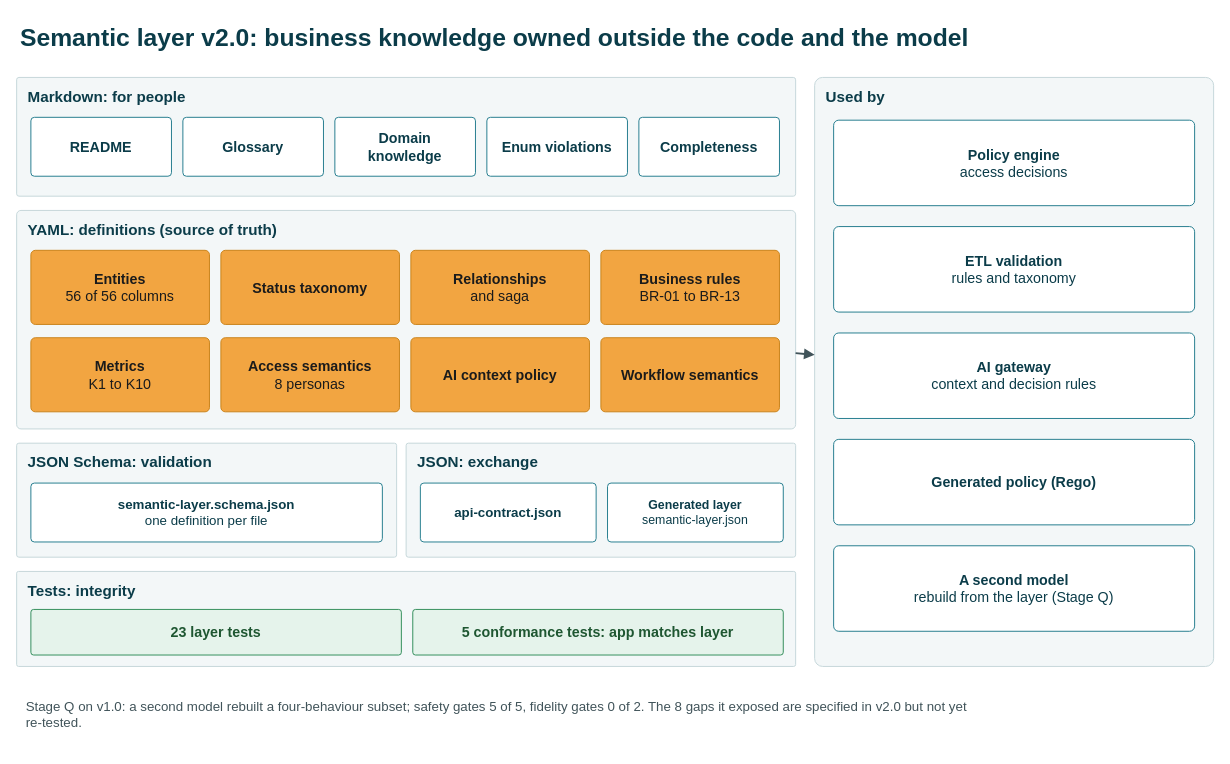
Earlier version of the draw.io diagram page "06-semantic-layer" (6 of 7) of deliverables/diagrams/all-diagrams.drawio (dinesh13n/Delta-Team-CaseStudy-Sprint-3). Source tidied: cells renumbered, new cells numbered last; positions are measured from the earlier drawing's top-left corner, leaving out a move shared by most shapes. Both pictures are drawn from the tidied source at 95%, with x=0, y=0 at pixel (16, 16).
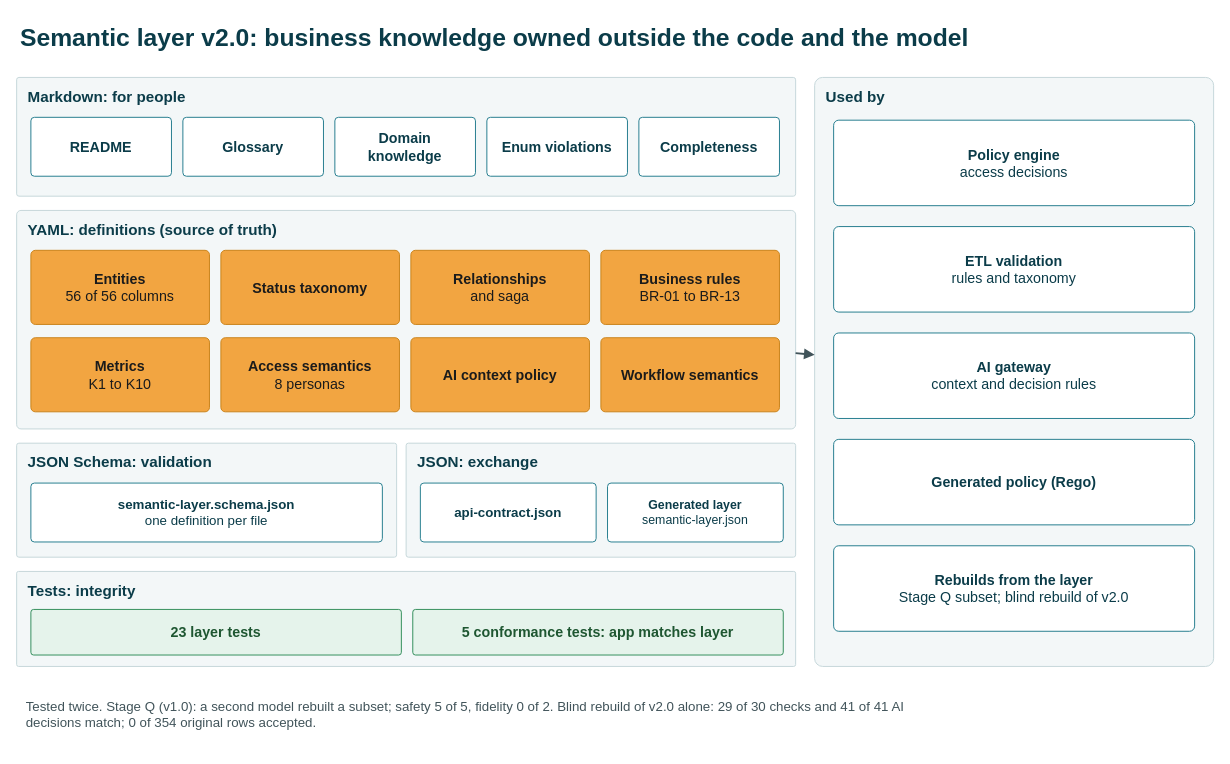
Above is the later version.

What changed in the source:
```diff
@@
-    <mxCell id="31" value="&lt;b&gt;A second model&lt;/b&gt;&lt;br&gt;rebuild from the layer (Stage Q)" style="rounded=1;arcSize=6;whiteSpace=wrap;html=1;fillColor=#FFFFFF;strokeColor=#1F7A8C;fontColor=#0B3C49;fontSize=15;align=center;verticalAlign=middle;spacingLeft=8;spacingRight=8;" parent="1" vertex="1">
+    <mxCell id="31" value="&lt;b&gt;Rebuilds from the layer&lt;/b&gt;&lt;br&gt;Stage Q subset; blind rebuild of v2.0" style="rounded=1;arcSize=6;whiteSpace=wrap;html=1;fillColor=#FFFFFF;strokeColor=#1F7A8C;fontColor=#0B3C49;fontSize=15;align=center;verticalAlign=middle;spacingLeft=8;spacingRight=8;" parent="1" vertex="1">
       <mxGeometry x="860" y="557" width="380" height="90" as="geometry" />
     </mxCell>
-    <mxCell id="32" value="Stage Q on v1.0: a second model rebuilt a four-behaviour subset; safety gates 5 of 5, fidelity gates 0 of 2. The 8 gaps it exposed are specified in v2.0 but not yet&lt;br&gt;re-tested." style="rounded=1;arcSize=6;whiteSpace=wrap;html=1;fillColor=#FFFFFF;strokeColor=#none;fontColor=#41545A;fontSize=14;align=left;verticalAlign=middle;spacingLeft=8;spacingRight=8;" parent="1" vertex="1">
+    <mxCell id="32" value="Tested twice. Stage Q (v1.0): a second model rebuilt a subset; safety 5 of 5, fidelity 0 of 2. Blind rebuild of v2.0 alone: 29 of 30 checks and 41 of 41 AI&lt;br&gt;decisions match; 0 of 354 original rows accepted." style="rounded=1;arcSize=6;whiteSpace=wrap;html=1;fillColor=#FFFFFF;strokeColor=#none;fontColor=#41545A;fontSize=14;align=left;verticalAlign=middle;spacingLeft=8;spacingRight=8;" parent="1" vertex="1">
       <mxGeometry y="699" width="1260" height="70" as="geometry" />
     </mxCell>
```
